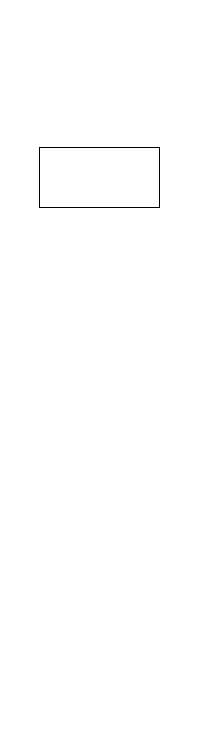
Above: 数据结构方案.drawio in HousionQ/draw (draw.io), before the change. Source tidied: cells renumbered, new cells numbered last; positions are measured from the earlier drawing's top-left corner, leaving out a move shared by most shapes. Both pictures are drawn from the tidied source at 100%, with x=0, y=0 at pixel (39, 147).
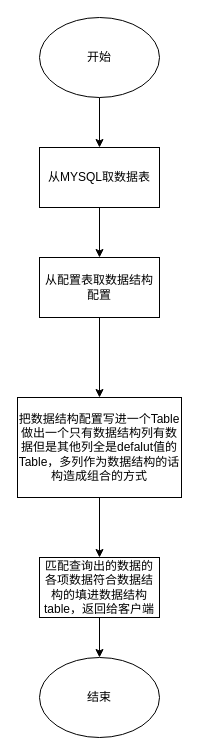
The same diagram, later.

Commit message:
更新数据结构方案.drawio

Diff of the diagram source:
```diff
@@
 <mxGraphModel>
   <root>
     <mxCell id="0" />
     <mxCell id="1" parent="0" />
+    <mxCell id="3" style="edgeStyle=orthogonalEdgeStyle;rounded=0;jettySize=auto;html=1;exitX=0.5;exitY=1;exitDx=0;exitDy=0;" parent="1" edge="1" source="2" target="7">
+      <mxGeometry relative="1" as="geometry" />
+    </mxCell>
-    <mxCell id="2" style="rounded=0;whiteSpace=wrap;html=1;" parent="1" vertex="1">
+    <mxCell id="2" value="从MYSQL取数据表" style="rounded=0;whiteSpace=wrap;html=1;" parent="1" vertex="1">
       <mxGeometry width="120" height="60" as="geometry" />
     </mxCell>
+    <mxCell id="4" style="edgeStyle=orthogonalEdgeStyle;rounded=0;jettySize=auto;html=1;exitX=0.5;exitY=1;exitDx=0;exitDy=0;" parent="1" edge="1" source="5" target="2">
+      <mxGeometry relative="1" as="geometry" />
+    </mxCell>
+    <mxCell id="5" value="开始" style="ellipse;whiteSpace=wrap;html=1;" parent="1" vertex="1">
+      <mxGeometry y="-130" width="120" height="80" as="geometry" />
+    </mxCell>
+    <mxCell id="6" style="edgeStyle=orthogonalEdgeStyle;rounded=0;jettySize=auto;html=1;exitX=0.5;exitY=1;exitDx=0;exitDy=0;" parent="1" edge="1" source="7" target="9">
+      <mxGeometry relative="1" as="geometry" />
+    </mxCell>
+    <mxCell id="7" value="从配置表取数据结构配置" style="rounded=0;whiteSpace=wrap;html=1;" parent="1" vertex="1">
+      <mxGeometry y="110" width="120" height="60" as="geometry" />
+    </mxCell>
+    <mxCell id="8" style="edgeStyle=orthogonalEdgeStyle;rounded=0;jettySize=auto;html=1;exitX=0.5;exitY=1;exitDx=0;exitDy=0;" parent="1" edge="1" source="9" target="11">
+      <mxGeometry relative="1" as="geometry" />
+    </mxCell>
+    <mxCell id="9" value="把数据结构配置写进一个Table做出一个只有数据结构列有数据但是其他列全是defalut值的Table，多列作为数据结构的话构造成组合的方式" style="rounded=0;whiteSpace=wrap;html=1;" parent="1" vertex="1">
+      <mxGeometry x="-22" y="250" width="164" height="100" as="geometry" />
+    </mxCell>
+    <mxCell id="10" style="edgeStyle=orthogonalEdgeStyle;rounded=0;jettySize=auto;html=1;exitX=0.5;exitY=1;exitDx=0;exitDy=0;" parent="1" edge="1" source="11" target="12">
+      <mxGeometry relative="1" as="geometry" />
+    </mxCell>
+    <mxCell id="11" value="匹配查询出的数据的各项数据符合数据结构的填进数据结构table，返回给客户端" style="rounded=0;whiteSpace=wrap;html=1;" parent="1" vertex="1">
+      <mxGeometry y="410" width="120" height="60" as="geometry" />
+    </mxCell>
+    <mxCell id="12" value="结束" style="ellipse;whiteSpace=wrap;html=1;" parent="1" vertex="1">
+      <mxGeometry y="510" width="120" height="80" as="geometry" />
+    </mxCell>
   </root>
 </mxGraphModel>
```
